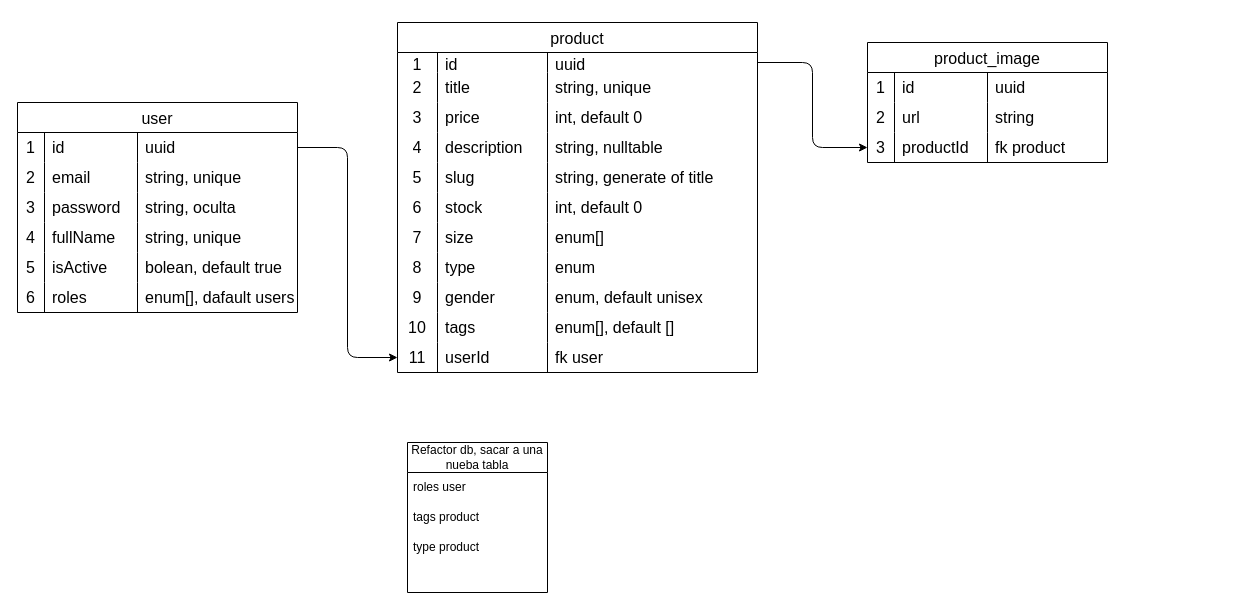
This is schema-db.drawio from ArturoCarrilloJimenez/StyleHub-Backend-Nest, a draw.io file, before an edit. Source tidied: cells renumbered, new cells numbered last; positions are measured from the earlier drawing's top-left corner, leaving out a move shared by most shapes. Both pictures are drawn from the tidied source at 100%, with x=0, y=0 at pixel (17, 22).
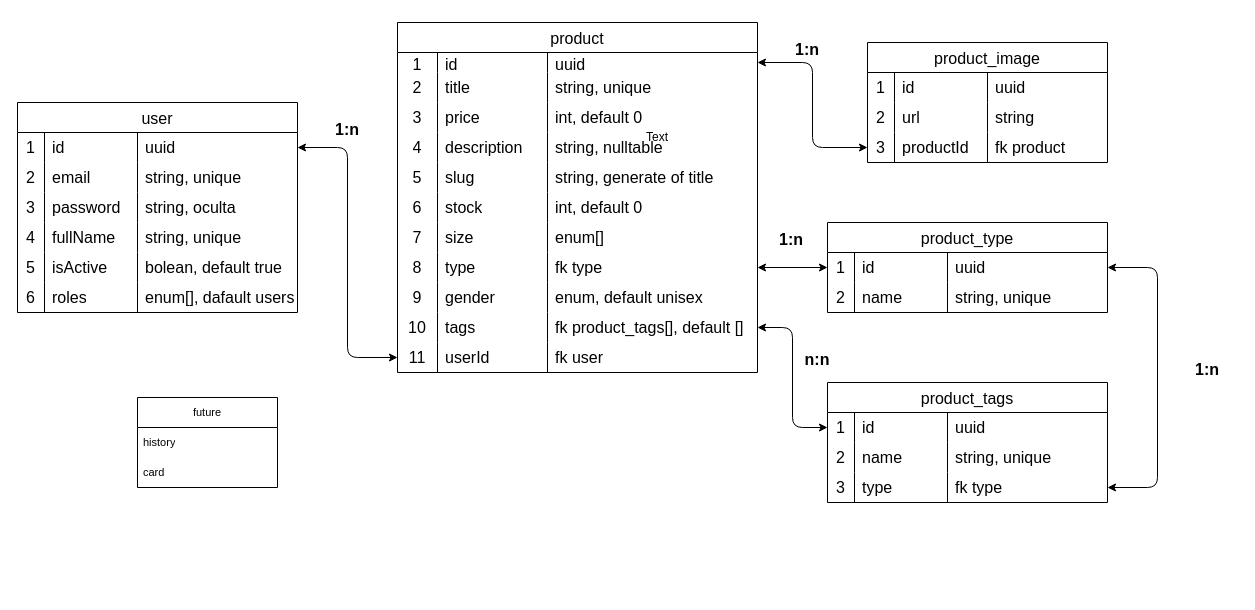
The same page after the edit.

The change refers to these unchanged cells:
```xml
<mxCell id="3" style="shape=tableRow;horizontal=0;startSize=0;swimlaneHead=0;swimlaneBody=0;top=0;left=0;bottom=0;right=0;fillColor=none;points=[[0,0.5],[1,0.5]];portConstraint=eastwest;strokeColor=inherit;fontSize=16;" parent="2" vertex="1">
  <mxGeometry y="30" width="360" height="20" as="geometry" />
</mxCell>
<mxCell id="31" style="shape=tableRow;horizontal=0;startSize=0;swimlaneHead=0;swimlaneBody=0;top=0;left=0;bottom=0;right=0;fillColor=none;points=[[0,0.5],[1,0.5]];portConstraint=eastwest;strokeColor=inherit;fontSize=16;" parent="2" vertex="1">
  <mxGeometry y="230" width="360" height="30" as="geometry" />
</mxCell>
<mxCell id="39" style="shape=tableRow;horizontal=0;startSize=0;swimlaneHead=0;swimlaneBody=0;top=0;left=0;bottom=0;right=0;fillColor=none;points=[[0,0.5],[1,0.5]];portConstraint=eastwest;strokeColor=inherit;fontSize=16;" parent="2" vertex="1">
  <mxGeometry y="290" width="360" height="30" as="geometry" />
</mxCell>
<mxCell id="43" style="shape=tableRow;horizontal=0;startSize=0;swimlaneHead=0;swimlaneBody=0;top=0;left=0;bottom=0;right=0;fillColor=none;points=[[0,0.5],[1,0.5]];portConstraint=eastwest;strokeColor=inherit;fontSize=16;" parent="2" vertex="1">
  <mxGeometry y="320" width="360" height="30" as="geometry" />
</mxCell>
<mxCell id="56" style="shape=tableRow;horizontal=0;startSize=0;swimlaneHead=0;swimlaneBody=0;top=0;left=0;bottom=0;right=0;fillColor=none;points=[[0,0.5],[1,0.5]];portConstraint=eastwest;strokeColor=inherit;fontSize=16;" parent="47" vertex="1">
  <mxGeometry y="90" width="240" height="30" as="geometry" />
</mxCell>
<mxCell id="62" style="shape=tableRow;horizontal=0;startSize=0;swimlaneHead=0;swimlaneBody=0;top=0;left=0;bottom=0;right=0;fillColor=none;points=[[0,0.5],[1,0.5]];portConstraint=eastwest;strokeColor=inherit;fontSize=16;" parent="61" vertex="1">
  <mxGeometry y="30" width="280" height="30" as="geometry" />
</mxCell>
```

Change to the diagram source:
```diff
@@
-    <mxCell id="34" value="enum" style="shape=partialRectangle;html=1;whiteSpace=wrap;fillColor=none;top=0;left=0;bottom=0;right=0;align=left;spacingLeft=6;overflow=hidden;strokeColor=inherit;fontSize=16;" parent="31" vertex="1">
+    <mxCell id="34" value="fk type" style="shape=partialRectangle;html=1;whiteSpace=wrap;fillColor=none;top=0;left=0;bottom=0;right=0;align=left;spacingLeft=6;overflow=hidden;strokeColor=inherit;fontSize=16;" parent="31" vertex="1">
       <mxGeometry x="150" width="210" height="30" as="geometry" />
     </mxCell>
@@
-    <mxCell id="42" value="enum[], default []" style="shape=partialRectangle;html=1;whiteSpace=wrap;fillColor=none;top=0;left=0;bottom=0;right=0;align=left;spacingLeft=6;overflow=hidden;strokeColor=inherit;fontSize=16;" parent="39" vertex="1">
+    <mxCell id="42" value="fk product_tags[], default []" style="shape=partialRectangle;html=1;whiteSpace=wrap;fillColor=none;top=0;left=0;bottom=0;right=0;align=left;spacingLeft=6;overflow=hidden;strokeColor=inherit;fontSize=16;" parent="39" vertex="1">
       <mxGeometry x="150" width="210" height="30" as="geometry" />
     </mxCell>
@@
-    <mxCell id="60" style="endArrow=classic;html=1;exitX=1;exitY=0.5;exitDx=0;exitDy=0;entryX=0;entryY=0.5;entryDx=0;entryDy=0;edgeStyle=orthogonalEdgeStyle;" parent="1" edge="1" source="3" target="56">
+    <mxCell id="60" style="endArrow=classic;html=1;exitX=1;exitY=0.5;exitDx=0;exitDy=0;entryX=0;entryY=0.5;entryDx=0;entryDy=0;edgeStyle=orthogonalEdgeStyle;startArrow=classic;startFill=1;" parent="1" edge="1" source="3" target="56">
       <mxGeometry relative="1" as="geometry" />
     </mxCell>
@@
-    <mxCell id="86" style="endArrow=classic;html=1;exitX=1;exitY=0.5;exitDx=0;exitDy=0;entryX=0;entryY=0.5;entryDx=0;entryDy=0;edgeStyle=orthogonalEdgeStyle;" parent="1" edge="1" source="62" target="43">
+    <mxCell id="86" style="endArrow=classic;html=1;exitX=1;exitY=0.5;exitDx=0;exitDy=0;entryX=0;entryY=0.5;entryDx=0;entryDy=0;edgeStyle=orthogonalEdgeStyle;startArrow=classic;startFill=1;" parent="1" edge="1" source="62" target="43">
       <mxGeometry relative="1" as="geometry" />
     </mxCell>
-    <mxCell id="87" value="Refactor db, sacar a una nueba tabla" style="swimlane;fontStyle=0;horizontal=1;startSize=30;whiteSpace=wrap;html=1;" parent="1" vertex="1">
-      <mxGeometry x="390" y="420" width="140" height="150" as="geometry" />
-    </mxCell>
-    <mxCell id="88" value="roles user" style="text;strokeColor=none;fillColor=none;align=left;verticalAlign=middle;spacingLeft=4;spacingRight=4;overflow=hidden;whiteSpace=wrap;html=1;" parent="87" vertex="1">
-      <mxGeometry y="30" width="140" height="30" as="geometry" />
-    </mxCell>
-    <mxCell id="89" value="tags product" style="text;strokeColor=none;fillColor=none;align=left;verticalAlign=middle;spacingLeft=4;spacingRight=4;overflow=hidden;whiteSpace=wrap;html=1;" parent="87" vertex="1">
-      <mxGeometry y="60" width="140" height="30" as="geometry" />
-    </mxCell>
-    <mxCell id="90" value="type product" style="text;strokeColor=none;fillColor=none;align=left;verticalAlign=middle;spacingLeft=4;spacingRight=4;overflow=hidden;whiteSpace=wrap;html=1;" parent="87" vertex="1">
-      <mxGeometry y="90" width="140" height="30" as="geometry" />
-    </mxCell>
-    <mxCell id="91" style="text;strokeColor=none;fillColor=none;align=left;verticalAlign=middle;spacingLeft=4;spacingRight=4;overflow=hidden;whiteSpace=wrap;html=1;" parent="87" vertex="1">
-      <mxGeometry y="120" width="140" height="30" as="geometry" />
-    </mxCell>
+    <mxCell id="92" value="&lt;h1&gt;&lt;b&gt;&lt;font style=&quot;font-size: 16px;&quot;&gt;1:n&lt;/font&gt;&lt;/b&gt;&lt;/h1&gt;" style="text;html=1;align=center;verticalAlign=middle;whiteSpace=wrap;rounded=0;strokeWidth=5;" parent="1" vertex="1">
+      <mxGeometry x="760" y="10" width="60" height="30" as="geometry" />
+    </mxCell>
+    <mxCell id="93" value="&lt;h1&gt;&lt;b&gt;&lt;font style=&quot;font-size: 16px;&quot;&gt;1:n&lt;/font&gt;&lt;/b&gt;&lt;/h1&gt;" style="text;html=1;align=center;verticalAlign=middle;whiteSpace=wrap;rounded=0;strokeWidth=5;" parent="1" vertex="1">
+      <mxGeometry x="300" y="90" width="60" height="30" as="geometry" />
+    </mxCell>
+    <mxCell id="94" value="Text" style="text;html=1;align=center;verticalAlign=middle;whiteSpace=wrap;rounded=0;" parent="1" vertex="1">
+      <mxGeometry x="610" y="100" width="60" height="30" as="geometry" />
+    </mxCell>
+    <mxCell id="95" value="product_type" style="shape=table;startSize=30;childLayout=tableLayout;rowLines=0;fontStyle=0;strokeColor=default;fontSize=16;" parent="1" vertex="1">
+      <mxGeometry x="810" y="200" width="280" height="90" as="geometry" />
+    </mxCell>
+    <mxCell id="96" style="shape=tableRow;horizontal=0;startSize=0;swimlaneHead=0;swimlaneBody=0;top=0;left=0;bottom=0;right=0;fillColor=none;points=[[0,0.5],[1,0.5]];portConstraint=eastwest;strokeColor=inherit;fontSize=16;" parent="95" vertex="1">
+      <mxGeometry y="30" width="280" height="30" as="geometry" />
+    </mxCell>
+    <mxCell id="97" value="1" style="shape=partialRectangle;html=1;whiteSpace=wrap;fillColor=none;top=0;left=0;bottom=0;right=0;overflow=hidden;strokeColor=inherit;fontSize=16;" parent="96" vertex="1">
+      <mxGeometry width="27" height="30" as="geometry" />
+    </mxCell>
+    <mxCell id="98" value="id" style="shape=partialRectangle;html=1;whiteSpace=wrap;fillColor=none;top=0;left=0;bottom=0;right=0;align=left;spacingLeft=6;overflow=hidden;strokeColor=inherit;fontSize=16;" parent="96" vertex="1">
+      <mxGeometry x="27" width="93" height="30" as="geometry" />
+    </mxCell>
+    <mxCell id="99" value="uuid" style="shape=partialRectangle;html=1;whiteSpace=wrap;fillColor=none;top=0;left=0;bottom=0;right=0;align=left;spacingLeft=6;overflow=hidden;strokeColor=inherit;fontSize=16;" parent="96" vertex="1">
+      <mxGeometry x="120" width="160" height="30" as="geometry" />
+    </mxCell>
+    <mxCell id="100" style="shape=tableRow;horizontal=0;startSize=0;swimlaneHead=0;swimlaneBody=0;top=0;left=0;bottom=0;right=0;fillColor=none;strokeColor=inherit;fontSize=16;" parent="95" vertex="1">
+      <mxGeometry y="60" width="280" height="30" as="geometry" />
+    </mxCell>
+    <mxCell id="101" value="2" style="shape=partialRectangle;html=1;whiteSpace=wrap;fillColor=none;top=0;left=0;bottom=0;right=0;overflow=hidden;strokeColor=inherit;fontSize=16;" parent="100" vertex="1">
+      <mxGeometry width="27" height="30" as="geometry" />
+    </mxCell>
+    <mxCell id="102" value="name" style="shape=partialRectangle;html=1;whiteSpace=wrap;fillColor=none;top=0;left=0;bottom=0;right=0;align=left;spacingLeft=6;overflow=hidden;strokeColor=inherit;fontSize=16;" parent="100" vertex="1">
+      <mxGeometry x="27" width="93" height="30" as="geometry" />
+    </mxCell>
+    <mxCell id="103" value="string, unique" style="shape=partialRectangle;html=1;whiteSpace=wrap;fillColor=none;top=0;left=0;bottom=0;right=0;align=left;spacingLeft=6;overflow=hidden;strokeColor=inherit;fontSize=16;" parent="100" vertex="1">
+      <mxGeometry x="120" width="160" height="30" as="geometry" />
+    </mxCell>
+    <mxCell id="104" style="endArrow=classic;html=1;exitX=0;exitY=0.5;exitDx=0;exitDy=0;entryX=1;entryY=0.5;entryDx=0;entryDy=0;edgeStyle=orthogonalEdgeStyle;startArrow=classic;startFill=1;" parent="1" edge="1" source="96" target="31">
+      <mxGeometry relative="1" as="geometry" />
+    </mxCell>
+    <mxCell id="105" value="&lt;h1&gt;&lt;b&gt;&lt;font style=&quot;font-size: 16px;&quot;&gt;1:n&lt;/font&gt;&lt;/b&gt;&lt;/h1&gt;" style="text;html=1;align=center;verticalAlign=middle;whiteSpace=wrap;rounded=0;strokeWidth=5;" parent="1" vertex="1">
+      <mxGeometry x="744" y="200" width="60" height="30" as="geometry" />
+    </mxCell>
+    <mxCell id="106" value="product_tags" style="shape=table;startSize=30;childLayout=tableLayout;rowLines=0;fontStyle=0;strokeColor=default;fontSize=16;" parent="1" vertex="1">
+      <mxGeometry x="810" y="360" width="280" height="120" as="geometry" />
+    </mxCell>
+    <mxCell id="107" style="shape=tableRow;horizontal=0;startSize=0;swimlaneHead=0;swimlaneBody=0;top=0;left=0;bottom=0;right=0;fillColor=none;points=[[0,0.5],[1,0.5]];portConstraint=eastwest;strokeColor=inherit;fontSize=16;" parent="106" vertex="1">
+      <mxGeometry y="30" width="280" height="30" as="geometry" />
+    </mxCell>
+    <mxCell id="108" value="1" style="shape=partialRectangle;html=1;whiteSpace=wrap;fillColor=none;top=0;left=0;bottom=0;right=0;overflow=hidden;strokeColor=inherit;fontSize=16;" parent="107" vertex="1">
+      <mxGeometry width="27" height="30" as="geometry" />
+    </mxCell>
+    <mxCell id="109" value="id" style="shape=partialRectangle;html=1;whiteSpace=wrap;fillColor=none;top=0;left=0;bottom=0;right=0;align=left;spacingLeft=6;overflow=hidden;strokeColor=inherit;fontSize=16;" parent="107" vertex="1">
+      <mxGeometry x="27" width="93" height="30" as="geometry" />
+    </mxCell>
+    <mxCell id="110" value="uuid" style="shape=partialRectangle;html=1;whiteSpace=wrap;fillColor=none;top=0;left=0;bottom=0;right=0;align=left;spacingLeft=6;overflow=hidden;strokeColor=inherit;fontSize=16;" parent="107" vertex="1">
+      <mxGeometry x="120" width="160" height="30" as="geometry" />
+    </mxCell>
+    <mxCell id="111" style="shape=tableRow;horizontal=0;startSize=0;swimlaneHead=0;swimlaneBody=0;top=0;left=0;bottom=0;right=0;fillColor=none;strokeColor=inherit;fontSize=16;" parent="106" vertex="1">
+      <mxGeometry y="60" width="280" height="30" as="geometry" />
+    </mxCell>
+    <mxCell id="112" value="2" style="shape=partialRectangle;html=1;whiteSpace=wrap;fillColor=none;top=0;left=0;bottom=0;right=0;overflow=hidden;strokeColor=inherit;fontSize=16;" parent="111" vertex="1">
+      <mxGeometry width="27" height="30" as="geometry" />
+    </mxCell>
+    <mxCell id="113" value="name" style="shape=partialRectangle;html=1;whiteSpace=wrap;fillColor=none;top=0;left=0;bottom=0;right=0;align=left;spacingLeft=6;overflow=hidden;strokeColor=inherit;fontSize=16;" parent="111" vertex="1">
+      <mxGeometry x="27" width="93" height="30" as="geometry" />
+    </mxCell>
+    <mxCell id="114" value="string, unique" style="shape=partialRectangle;html=1;whiteSpace=wrap;fillColor=none;top=0;left=0;bottom=0;right=0;align=left;spacingLeft=6;overflow=hidden;strokeColor=inherit;fontSize=16;" parent="111" vertex="1">
+      <mxGeometry x="120" width="160" height="30" as="geometry" />
+    </mxCell>
+    <mxCell id="115" style="shape=tableRow;horizontal=0;startSize=0;swimlaneHead=0;swimlaneBody=0;top=0;left=0;bottom=0;right=0;fillColor=none;points=[[0,0.5],[1,0.5]];portConstraint=eastwest;strokeColor=inherit;fontSize=16;" parent="106" vertex="1">
+      <mxGeometry y="90" width="280" height="30" as="geometry" />
+    </mxCell>
+    <mxCell id="116" value="3" style="shape=partialRectangle;html=1;whiteSpace=wrap;fillColor=none;top=0;left=0;bottom=0;right=0;overflow=hidden;strokeColor=inherit;fontSize=16;" parent="115" vertex="1">
+      <mxGeometry width="27" height="30" as="geometry" />
+    </mxCell>
+    <mxCell id="117" value="type" style="shape=partialRectangle;html=1;whiteSpace=wrap;fillColor=none;top=0;left=0;bottom=0;right=0;align=left;spacingLeft=6;overflow=hidden;strokeColor=inherit;fontSize=16;" parent="115" vertex="1">
+      <mxGeometry x="27" width="93" height="30" as="geometry" />
+    </mxCell>
+    <mxCell id="118" value="fk type" style="shape=partialRectangle;html=1;whiteSpace=wrap;fillColor=none;top=0;left=0;bottom=0;right=0;align=left;spacingLeft=6;overflow=hidden;strokeColor=inherit;fontSize=16;" parent="115" vertex="1">
+      <mxGeometry x="120" width="160" height="30" as="geometry" />
+    </mxCell>
+    <mxCell id="119" style="endArrow=classic;html=1;exitX=0;exitY=0.5;exitDx=0;exitDy=0;entryX=1;entryY=0.5;entryDx=0;entryDy=0;edgeStyle=orthogonalEdgeStyle;startArrow=classic;startFill=1;" parent="1" edge="1" source="107" target="39">
+      <mxGeometry relative="1" as="geometry" />
+    </mxCell>
+    <mxCell id="120" value="&lt;h1&gt;&lt;b&gt;&lt;font style=&quot;font-size: 16px;&quot;&gt;n:n&lt;/font&gt;&lt;/b&gt;&lt;/h1&gt;" style="text;html=1;align=center;verticalAlign=middle;whiteSpace=wrap;rounded=0;strokeWidth=5;" parent="1" vertex="1">
+      <mxGeometry x="770" y="320" width="60" height="30" as="geometry" />
+    </mxCell>
+    <mxCell id="121" style="edgeStyle=orthogonalEdgeStyle;shape=connector;rounded=1;html=1;exitX=1;exitY=0.5;exitDx=0;exitDy=0;entryX=1;entryY=0.5;entryDx=0;entryDy=0;strokeColor=default;align=center;verticalAlign=middle;fontFamily=Helvetica;fontSize=11;fontColor=default;labelBackgroundColor=default;startArrow=classic;startFill=1;endArrow=classic;" parent="1" edge="1" source="115" target="96">
+      <mxGeometry relative="1" as="geometry">
+        <Array as="points">
+          <mxPoint x="1140" y="465" />
+          <mxPoint x="1140" y="245" />
+        </Array>
+      </mxGeometry>
+    </mxCell>
+    <mxCell id="122" value="&lt;h1&gt;&lt;b&gt;&lt;font style=&quot;font-size: 16px;&quot;&gt;1:n&lt;/font&gt;&lt;/b&gt;&lt;/h1&gt;" style="text;html=1;align=center;verticalAlign=middle;whiteSpace=wrap;rounded=0;strokeWidth=5;" parent="1" vertex="1">
+      <mxGeometry x="1160" y="330" width="60" height="30" as="geometry" />
+    </mxCell>
+    <mxCell id="123" value="future" style="swimlane;fontStyle=0;horizontal=1;startSize=30;whiteSpace=wrap;html=1;fontFamily=Helvetica;fontSize=11;fontColor=default;labelBackgroundColor=default;" parent="1" vertex="1">
+      <mxGeometry x="120" y="375" width="140" height="90" as="geometry" />
+    </mxCell>
+    <mxCell id="124" value="history" style="text;strokeColor=none;fillColor=none;align=left;verticalAlign=middle;spacingLeft=4;spacingRight=4;overflow=hidden;whiteSpace=wrap;html=1;fontFamily=Helvetica;fontSize=11;fontColor=default;labelBackgroundColor=default;" parent="123" vertex="1">
+      <mxGeometry y="30" width="140" height="30" as="geometry" />
+    </mxCell>
+    <mxCell id="125" value="card" style="text;strokeColor=none;fillColor=none;align=left;verticalAlign=middle;spacingLeft=4;spacingRight=4;overflow=hidden;whiteSpace=wrap;html=1;fontFamily=Helvetica;fontSize=11;fontColor=default;labelBackgroundColor=default;" parent="123" vertex="1">
+      <mxGeometry y="60" width="140" height="30" as="geometry" />
+    </mxCell>
```
